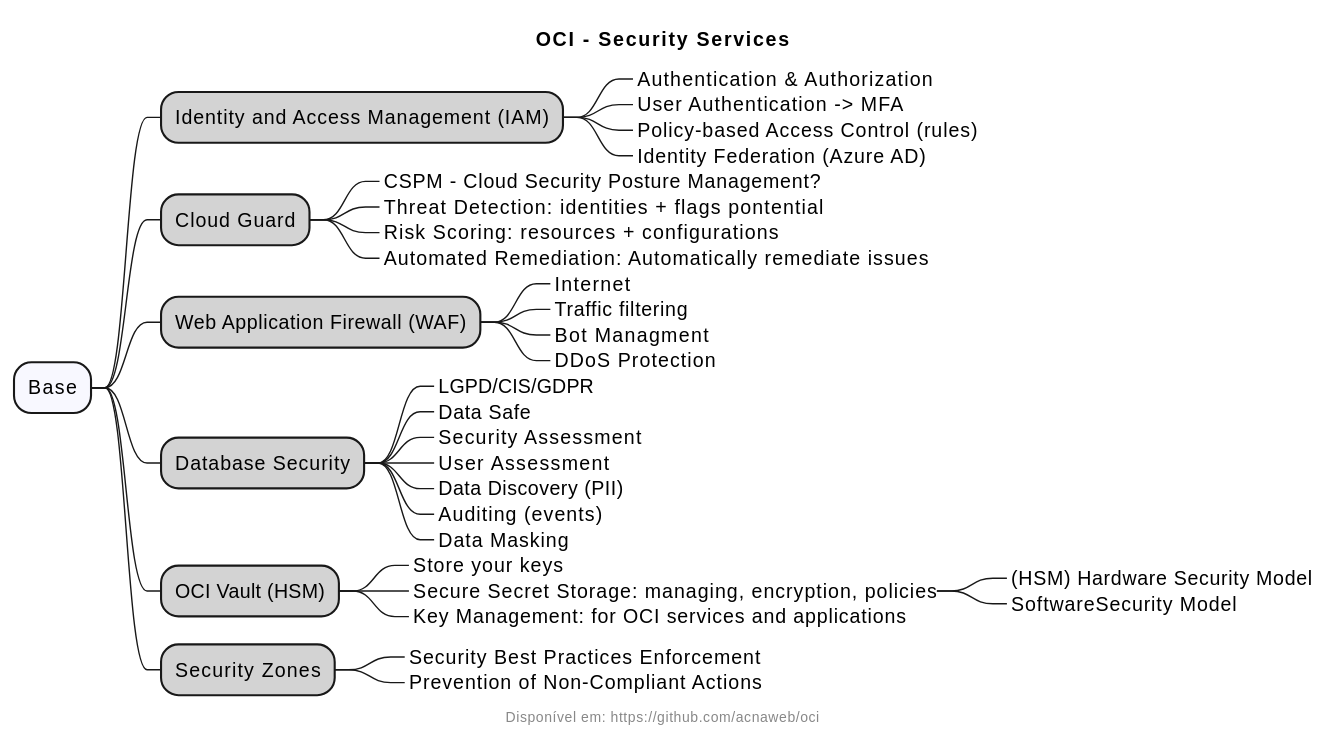
acnaweb/oci keeps this PlantUML diagram as assets/docs/security/security_services/security_services.svg. Above is the earlier version.
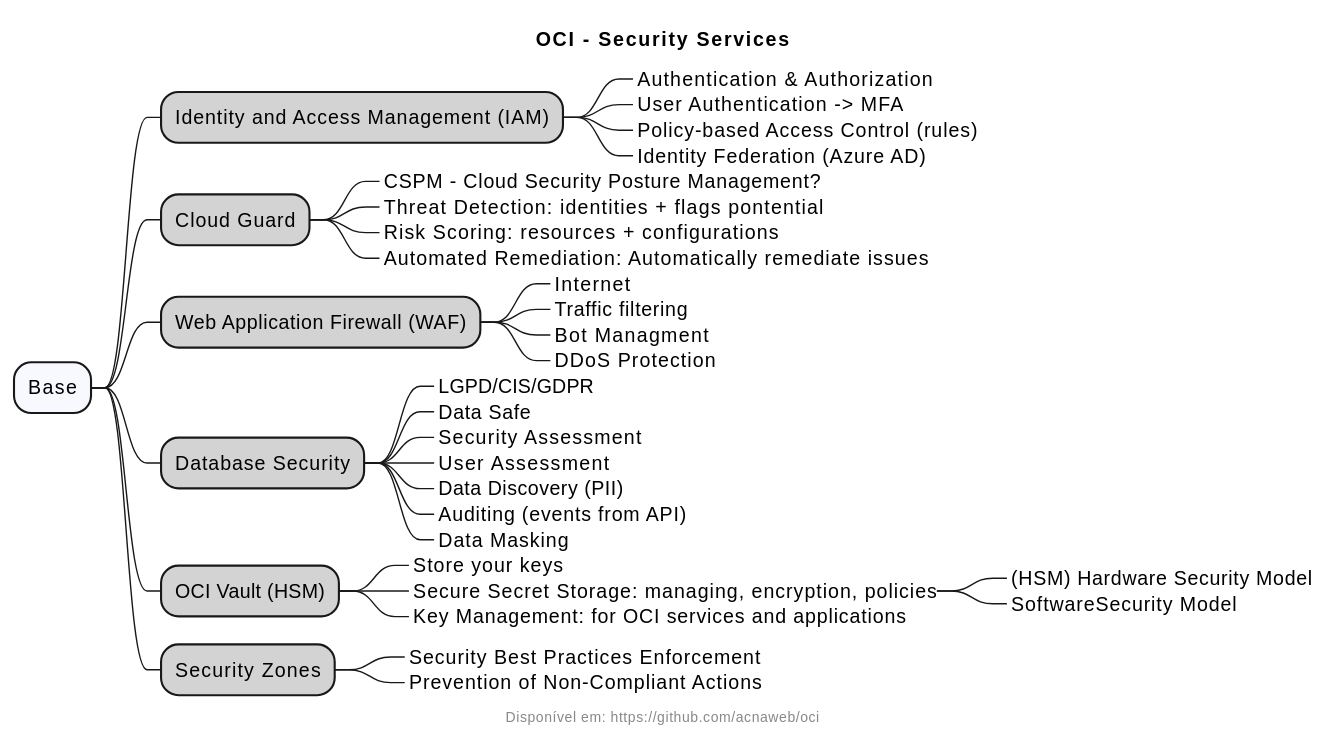
Above is the later version.

Change to the diagram source:
```diff
@@ -29,7 +29,7 @@
 ***_ Security Assessment
 ***_ User Assessment
 ***_ Data Discovery (PII)
-***_ Auditing (events)
+***_ Auditing (events from API)
 ***_ Data Masking
 
 **[#LightGray] OCI Vault (HSM)
```
